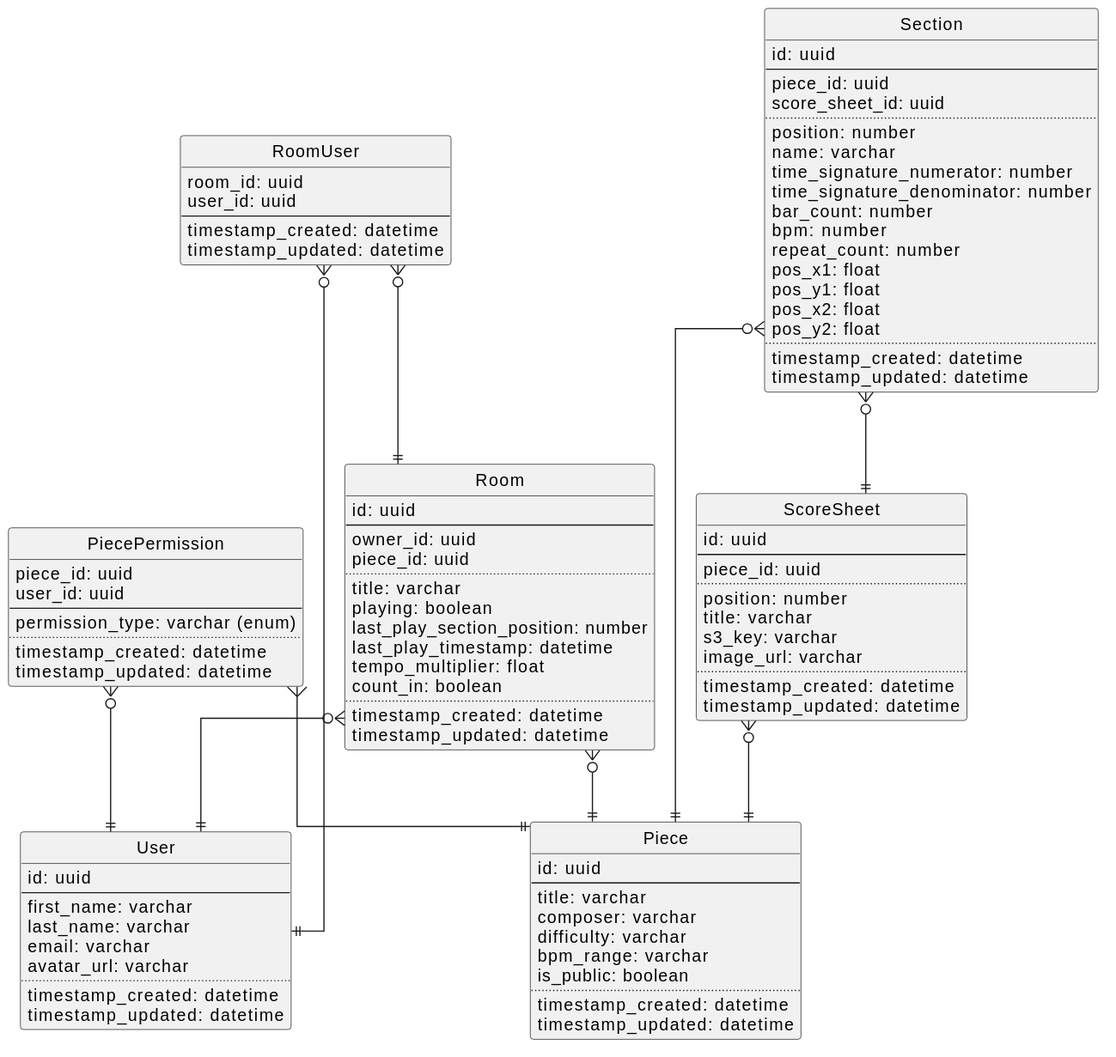
Before: docs/assets/diagrams/database-diagram.svg, a diagram exported from PlantUML (rafaelurben/sheetmusic-learner).
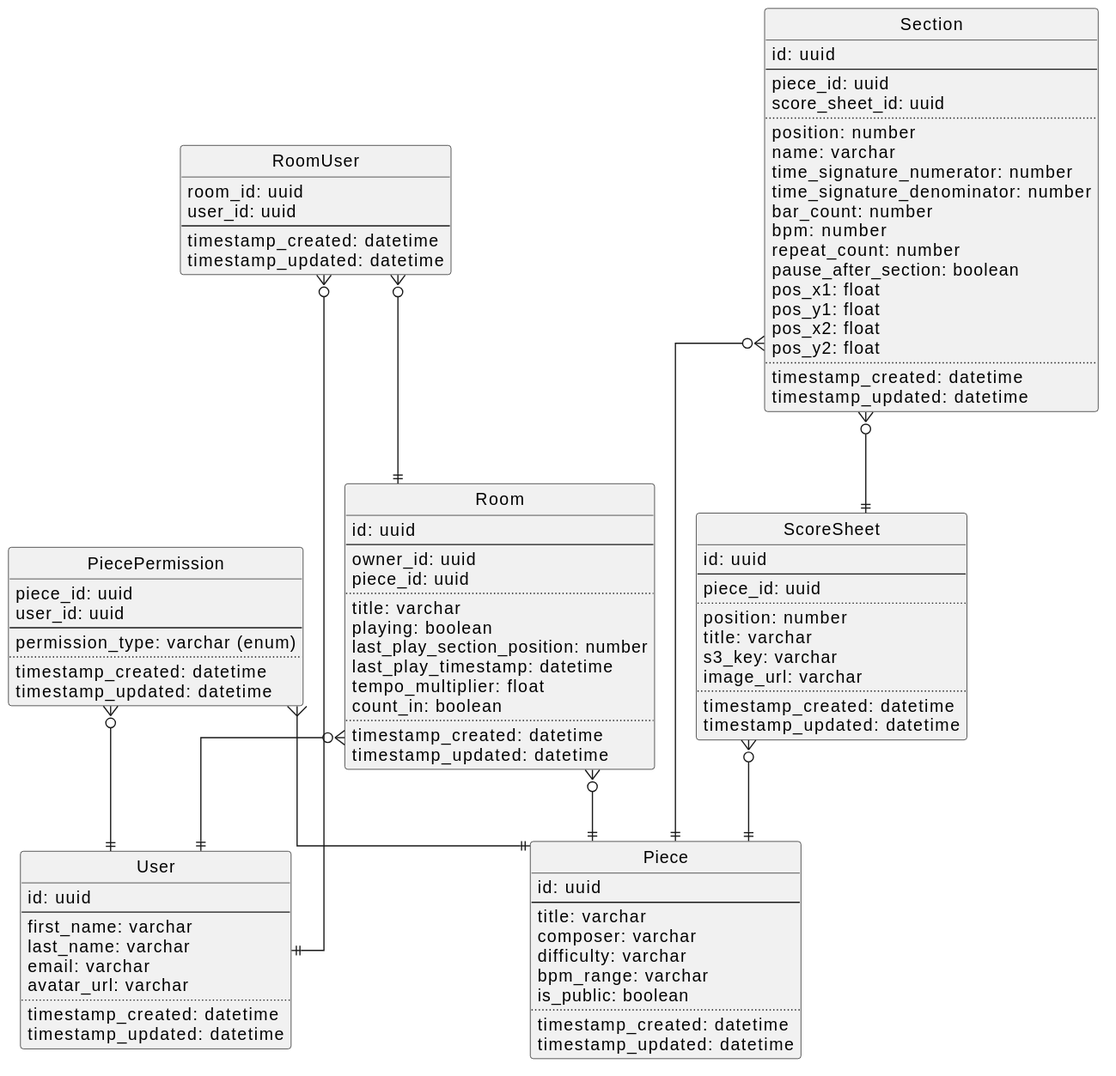
The same diagram one commit later.

Change to the diagram source:
```diff
@@ -55,6 +55,7 @@
   bar_count: number
   bpm: number
   repeat_count: number
+  pause_after_section: boolean
   pos_x1: float
   pos_y1: float
   pos_x2: float
```
